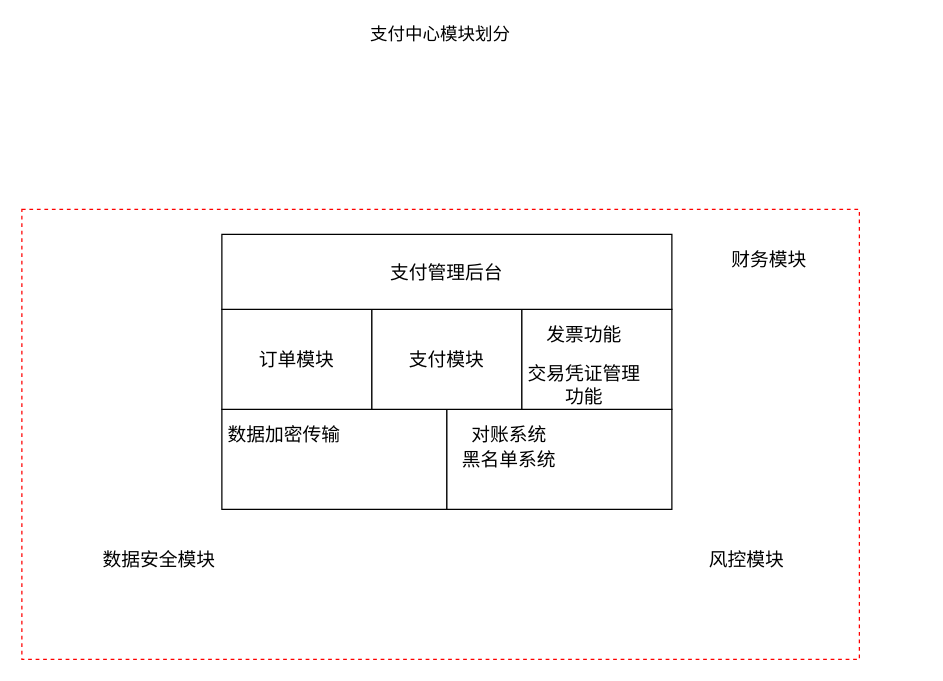
Earlier version of the draw.io diagram 支付中心.drawio (chenrushui/draw). Source tidied: cells renumbered, new cells numbered last; positions are measured from the earlier drawing's top-left corner, leaving out a move shared by most shapes. Both pictures are drawn from the tidied source at 125%, with x=0, y=0 at pixel (21, 21).
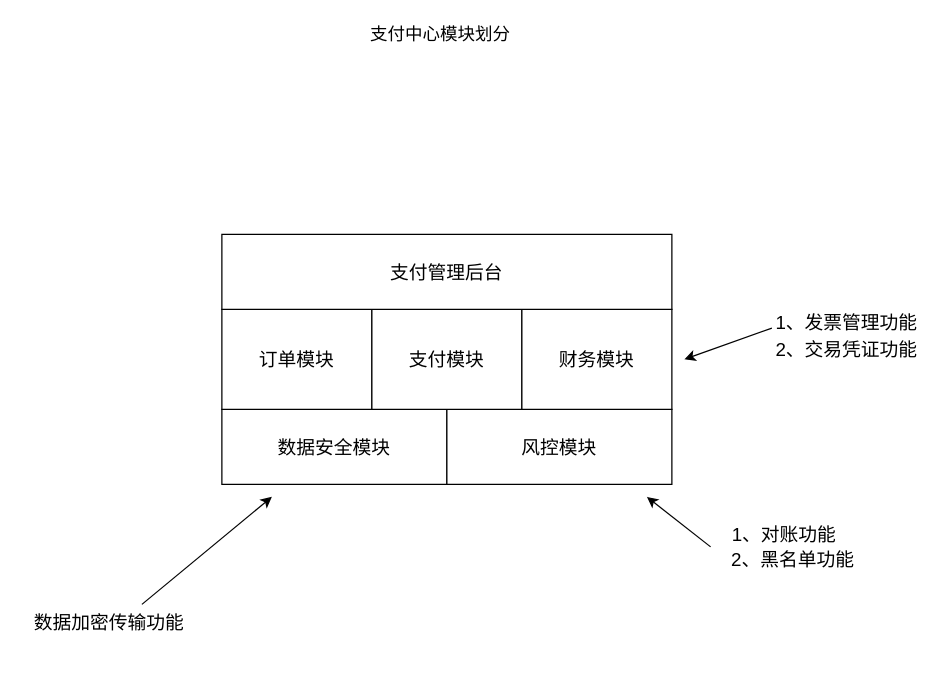
The same diagram, later.

Commit message (it also covers changes not shown here):
更新支付中心.drawio

Diff of the diagram source:
```diff
@@
 <mxGraphModel>
   <root>
     <mxCell id="0" />
     <mxCell id="1" parent="0" />
-    <mxCell id="2" style="rounded=0;whiteSpace=wrap;html=1;dashed=1;strokeColor=#FF0000;" parent="1" vertex="1">
-      <mxGeometry y="150" width="670" height="360" as="geometry" />
-    </mxCell>
-    <mxCell id="3" style="rounded=0;whiteSpace=wrap;html=1;" parent="1" vertex="1">
-      <mxGeometry x="160" y="310" width="180" height="80" as="geometry" />
+    <mxCell id="3" value="&lt;font style=&quot;font-size: 15px&quot;&gt;数据安全模块&lt;/font&gt;" style="rounded=0;whiteSpace=wrap;html=1;" parent="1" vertex="1">
+      <mxGeometry x="160" y="310" width="180" height="60" as="geometry" />
     </mxCell>
-    <mxCell id="4" style="rounded=0;whiteSpace=wrap;html=1;" parent="1" vertex="1">
-      <mxGeometry x="340" y="310" width="180" height="80" as="geometry" />
+    <mxCell id="4" value="&lt;font style=&quot;font-size: 15px&quot;&gt;风控模块&lt;/font&gt;" style="rounded=0;whiteSpace=wrap;html=1;" parent="1" vertex="1">
+      <mxGeometry x="340" y="310" width="180" height="60" as="geometry" />
     </mxCell>
     <mxCell id="5" value="&lt;font style=&quot;font-size: 15px&quot;&gt;订单模块&lt;/font&gt;" style="rounded=0;whiteSpace=wrap;html=1;" parent="1" vertex="1">
       <mxGeometry x="160" y="230" width="120" height="80" as="geometry" />
     </mxCell>
     <mxCell id="6" value="&lt;font style=&quot;font-size: 15px&quot;&gt;支付模块&lt;/font&gt;" style="rounded=0;whiteSpace=wrap;html=1;" parent="1" vertex="1">
       <mxGeometry x="280" y="230" width="120" height="80" as="geometry" />
     </mxCell>
-    <mxCell id="7" style="rounded=0;whiteSpace=wrap;html=1;" parent="1" vertex="1">
+    <mxCell id="7" value="财务模块" style="rounded=0;whiteSpace=wrap;html=1;fontSize=15;" parent="1" vertex="1">
       <mxGeometry x="400" y="230" width="120" height="80" as="geometry" />
     </mxCell>
     <mxCell id="8" value="&lt;font style=&quot;font-size: 14px&quot;&gt;支付中心模块划分&lt;/font&gt;" style="text;html=1;strokeColor=none;fillColor=none;align=center;verticalAlign=middle;whiteSpace=wrap;rounded=0;dashed=1;" parent="1" vertex="1">
       <mxGeometry x="275" width="120" height="20" as="geometry" />
     </mxCell>
-    <mxCell id="9" value="&lt;span style=&quot;font-size: 15px&quot;&gt;数据安全模块&lt;/span&gt;" style="text;html=1;strokeColor=none;fillColor=none;align=center;verticalAlign=middle;whiteSpace=wrap;rounded=0;dashed=1;" parent="1" vertex="1">
-      <mxGeometry x="60" y="420" width="100" height="20" as="geometry" />
-    </mxCell>
-    <mxCell id="10" value="&lt;span style=&quot;font-size: 15px&quot;&gt;数据加密传输&lt;/span&gt;" style="text;html=1;strokeColor=none;fillColor=none;align=center;verticalAlign=middle;whiteSpace=wrap;rounded=0;dashed=1;" parent="1" vertex="1">
-      <mxGeometry x="160" y="320" width="100" height="20" as="geometry" />
-    </mxCell>
-    <mxCell id="11" value="&lt;span style=&quot;font-size: 15px&quot;&gt;风控模块&lt;/span&gt;" style="text;html=1;strokeColor=none;fillColor=none;align=center;verticalAlign=middle;whiteSpace=wrap;rounded=0;dashed=1;" parent="1" vertex="1">
-      <mxGeometry x="530" y="420" width="100" height="20" as="geometry" />
-    </mxCell>
-    <mxCell id="12" value="&lt;span style=&quot;font-size: 15px&quot;&gt;对账系统&lt;/span&gt;" style="text;html=1;strokeColor=none;fillColor=none;align=center;verticalAlign=middle;whiteSpace=wrap;rounded=0;dashed=1;" parent="1" vertex="1">
-      <mxGeometry x="340" y="320" width="100" height="20" as="geometry" />
-    </mxCell>
-    <mxCell id="13" value="&lt;span style=&quot;font-size: 15px&quot;&gt;黑名单系统&lt;/span&gt;" style="text;html=1;strokeColor=none;fillColor=none;align=center;verticalAlign=middle;whiteSpace=wrap;rounded=0;dashed=1;" parent="1" vertex="1">
-      <mxGeometry x="340" y="340" width="100" height="20" as="geometry" />
-    </mxCell>
-    <mxCell id="14" value="&lt;span style=&quot;font-size: 15px&quot;&gt;财务模块&lt;/span&gt;" style="text;html=1;strokeColor=none;fillColor=none;align=center;verticalAlign=middle;whiteSpace=wrap;rounded=0;dashed=1;" parent="1" vertex="1">
-      <mxGeometry x="548" y="180" width="100" height="20" as="geometry" />
-    </mxCell>
-    <mxCell id="15" value="&lt;span style=&quot;font-size: 15px&quot;&gt;发票功能&lt;/span&gt;" style="text;html=1;strokeColor=none;fillColor=none;align=center;verticalAlign=middle;whiteSpace=wrap;rounded=0;dashed=1;" parent="1" vertex="1">
-      <mxGeometry x="400" y="240" width="100" height="20" as="geometry" />
-    </mxCell>
-    <mxCell id="16" value="&lt;span style=&quot;font-size: 15px&quot;&gt;交易凭证管理功能&lt;/span&gt;" style="text;html=1;strokeColor=none;fillColor=none;align=center;verticalAlign=middle;whiteSpace=wrap;rounded=0;dashed=1;" parent="1" vertex="1">
-      <mxGeometry x="400" y="280" width="100" height="20" as="geometry" />
-    </mxCell>
     <mxCell id="17" value="支付管理后台" style="rounded=0;whiteSpace=wrap;html=1;strokeColor=#000000;fontSize=15;" parent="1" vertex="1">
       <mxGeometry x="160" y="170" width="360" height="60" as="geometry" />
     </mxCell>
+    <mxCell id="18" value="数据加密传输功能" style="text;html=1;strokeColor=none;fillColor=none;align=center;verticalAlign=middle;whiteSpace=wrap;rounded=0;fontSize=15;" parent="1" vertex="1">
+      <mxGeometry y="470" width="140" height="20" as="geometry" />
+    </mxCell>
+    <mxCell id="19" value="1、发票管理功能" style="text;html=1;strokeColor=none;fillColor=none;align=center;verticalAlign=middle;whiteSpace=wrap;rounded=0;fontSize=15;" parent="1" vertex="1">
+      <mxGeometry x="600" y="230" width="120" height="20" as="geometry" />
+    </mxCell>
+    <mxCell id="20" value="2、交易凭证功能" style="text;html=1;strokeColor=none;fillColor=none;align=center;verticalAlign=middle;whiteSpace=wrap;rounded=0;fontSize=15;" parent="1" vertex="1">
+      <mxGeometry x="600" y="252" width="120" height="20" as="geometry" />
+    </mxCell>
+    <mxCell id="21" value="1、对账功能" style="text;html=1;strokeColor=none;fillColor=none;align=center;verticalAlign=middle;whiteSpace=wrap;rounded=0;fontSize=15;" parent="1" vertex="1">
+      <mxGeometry x="560" y="400" width="100" height="20" as="geometry" />
+    </mxCell>
+    <mxCell id="22" value="2、黑名单功能" style="text;html=1;strokeColor=none;fillColor=none;align=center;verticalAlign=middle;whiteSpace=wrap;rounded=0;fontSize=15;" parent="1" vertex="1">
+      <mxGeometry x="562" y="420" width="110" height="20" as="geometry" />
+    </mxCell>
+    <mxCell id="23" style="endArrow=classic;html=1;fontSize=15;" parent="1" edge="1">
+      <mxGeometry relative="1" as="geometry">
+        <mxPoint x="551" y="420" as="sourcePoint" />
+        <mxPoint x="500" y="380" as="targetPoint" />
+      </mxGeometry>
+    </mxCell>
+    <mxCell id="24" style="endArrow=classic;html=1;fontSize=15;exitX=0.686;exitY=-0.2;exitDx=0;exitDy=0;exitPerimeter=0;" parent="1" edge="1" source="18">
+      <mxGeometry relative="1" as="geometry">
+        <mxPoint x="200" y="380" as="targetPoint" />
+      </mxGeometry>
+    </mxCell>
+    <mxCell id="25" style="endArrow=classic;html=1;fontSize=15;exitX=0;exitY=0.75;exitDx=0;exitDy=0;" parent="1" edge="1" source="19">
+      <mxGeometry relative="1" as="geometry">
+        <mxPoint x="530" y="270" as="targetPoint" />
+      </mxGeometry>
+    </mxCell>
   </root>
 </mxGraphModel>
```
